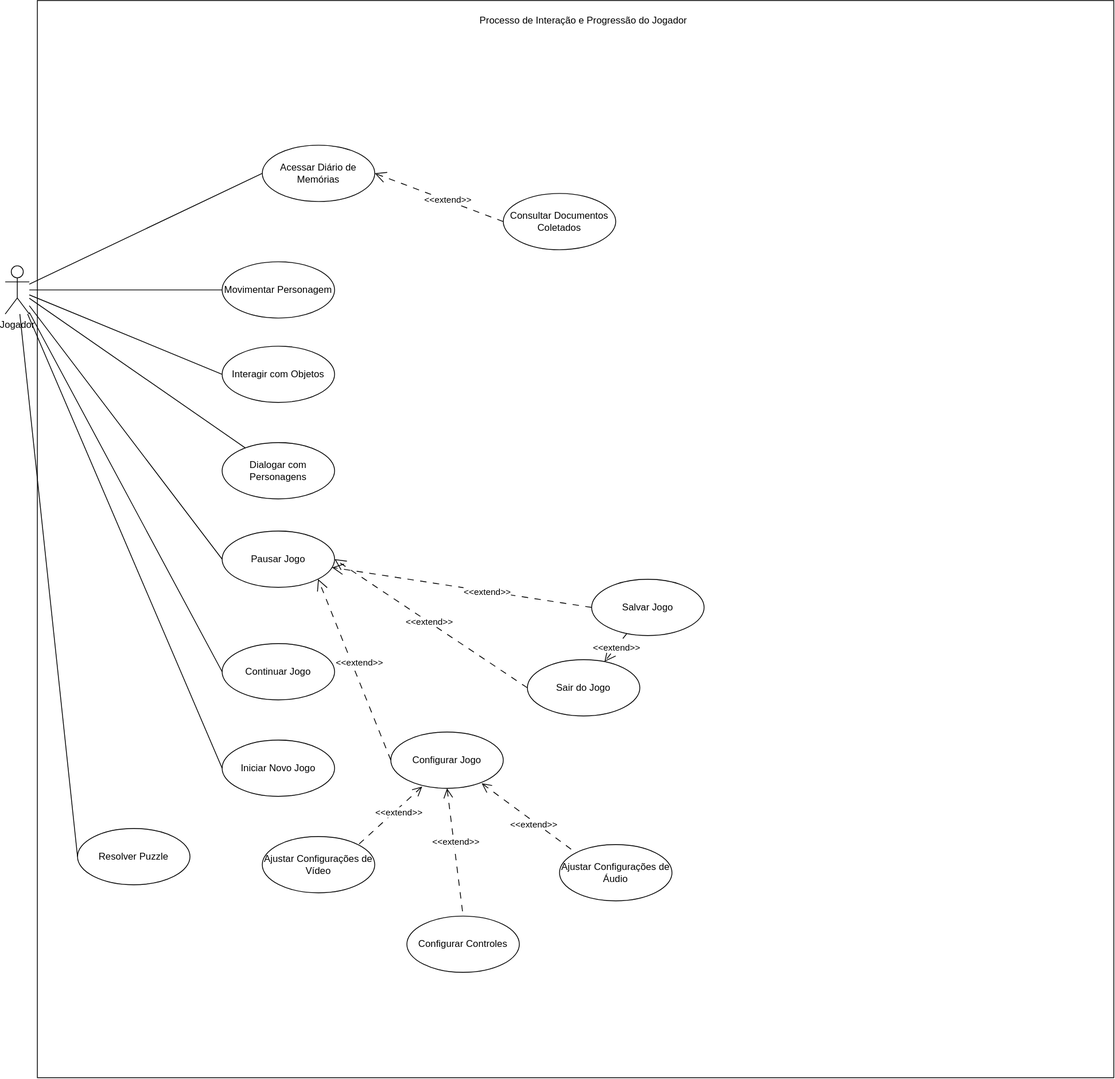
The draw.io diagram docs/casos-de-uso/caso-de-uso.drawio.svg in omatheusfaria/Ani, before a commit. Source tidied: cells renumbered, new cells last; positions are measured from the earlier drawing's top-left corner, leaving out a move shared by most shapes.
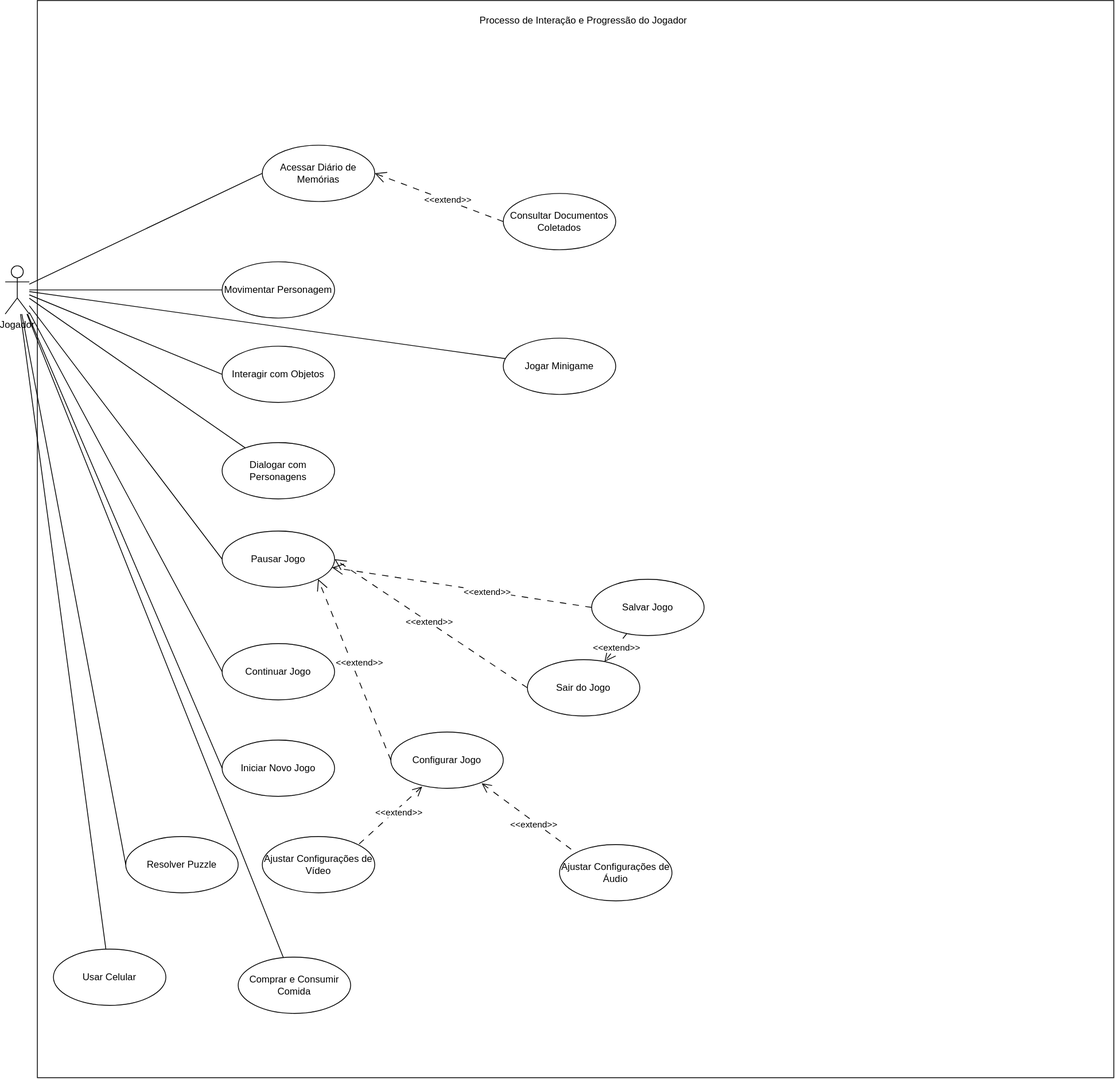
The same file after the commit.

Commit message:
Ajusta o layout do diagrama de casos de uso e reexporta os .drawio.svg de casos de uso e de classes

Claude-Session: https://claude.ai/code/session_01FVML4jdfk5yMEohwao5EBA

What changed in the source:
```diff
@@ -52,12 +52,6 @@
         <mxPoint x="19" y="-16" as="offset" />
       </mxGeometry>
     </mxCell>
-    <mxCell id="18" style="rounded=0;jettySize=auto;html=1;exitX=0.5;exitY=1;exitDx=0;exitDy=0;entryX=0.5;entryY=0;entryDx=0;entryDy=0;dashed=1;dashPattern=8 8;endArrow=none;endFill=0;endSize=12;startSize=10;startArrow=open;startFill=0;" parent="1" edge="1" source="22" target="34">
-      <mxGeometry relative="1" as="geometry" />
-    </mxCell>
-    <mxCell id="19" value="&amp;lt;&amp;lt;extend&amp;gt;&amp;gt;" style="edgeLabel;html=1;align=center;verticalAlign=middle;" parent="18" vertex="1">
-      <mxGeometry x="-0.17" y="2" relative="1" as="geometry" />
-    </mxCell>
     <mxCell id="20" style="rounded=0;jettySize=auto;html=1;exitX=0.808;exitY=0.911;exitDx=0;exitDy=0;entryX=0;entryY=0;entryDx=0;entryDy=0;endArrow=none;endFill=0;dashed=1;dashPattern=8 8;endSize=12;startArrow=open;startFill=0;startSize=10;exitPerimeter=0;" parent="1" edge="1" source="22" target="35">
       <mxGeometry relative="1" as="geometry" />
     </mxCell>
@@ -102,9 +96,6 @@
     <mxCell id="33" value="Ajustar Configurações de Vídeo" style="ellipse;whiteSpace=wrap;html=1;" parent="1" vertex="1">
       <mxGeometry x="320" y="1040" width="140" height="70" as="geometry" />
     </mxCell>
-    <mxCell id="34" value="Configurar Controles" style="ellipse;whiteSpace=wrap;html=1;" parent="1" vertex="1">
-      <mxGeometry x="500" y="1139" width="140" height="70" as="geometry" />
-    </mxCell>
     <mxCell id="35" value="Ajustar Configurações de Áudio" style="ellipse;whiteSpace=wrap;html=1;" parent="1" vertex="1">
       <mxGeometry x="690" y="1050" width="140" height="70" as="geometry" />
     </mxCell>
@@ -127,10 +118,28 @@
       <mxGeometry relative="1" as="geometry" />
     </mxCell>
     <mxCell id="42" value="Resolver Puzzle" style="ellipse;whiteSpace=wrap;html=1;" parent="1" vertex="1">
-      <mxGeometry x="90" y="1030" width="140" height="70" as="geometry" />
+      <mxGeometry x="150" y="1040" width="140" height="70" as="geometry" />
     </mxCell>
     <mxCell id="43" style="rounded=0;jettySize=auto;html=1;entryX=0;entryY=0.5;entryDx=0;entryDy=0;endArrow=none;endFill=0;" parent="1" edge="1" source="7" target="42">
       <mxGeometry relative="1" as="geometry" />
     </mxCell>
+    <mxCell id="44" value="Usar Celular" style="ellipse;whiteSpace=wrap;html=1;" parent="1" vertex="1">
+      <mxGeometry x="60" y="1180" width="140" height="70" as="geometry" />
+    </mxCell>
+    <mxCell id="45" style="rounded=0;jettySize=auto;html=1;endArrow=none;endFill=0;" parent="1" edge="1" source="7" target="44">
+      <mxGeometry relative="1" as="geometry" />
+    </mxCell>
+    <mxCell id="46" value="Comprar e Consumir Comida" style="ellipse;whiteSpace=wrap;html=1;" parent="1" vertex="1">
+      <mxGeometry x="290" y="1190" width="140" height="70" as="geometry" />
+    </mxCell>
+    <mxCell id="47" style="rounded=0;jettySize=auto;html=1;endArrow=none;endFill=0;" parent="1" edge="1" source="7" target="46">
+      <mxGeometry relative="1" as="geometry" />
+    </mxCell>
+    <mxCell id="48" value="Jogar Minigame" style="ellipse;whiteSpace=wrap;html=1;" parent="1" vertex="1">
+      <mxGeometry x="620" y="420" width="140" height="70" as="geometry" />
+    </mxCell>
+    <mxCell id="49" style="rounded=0;jettySize=auto;html=1;endArrow=none;endFill=0;" parent="1" edge="1" source="7" target="48">
+      <mxGeometry relative="1" as="geometry" />
+    </mxCell>
   </root>
 </mxGraphModel>
```
